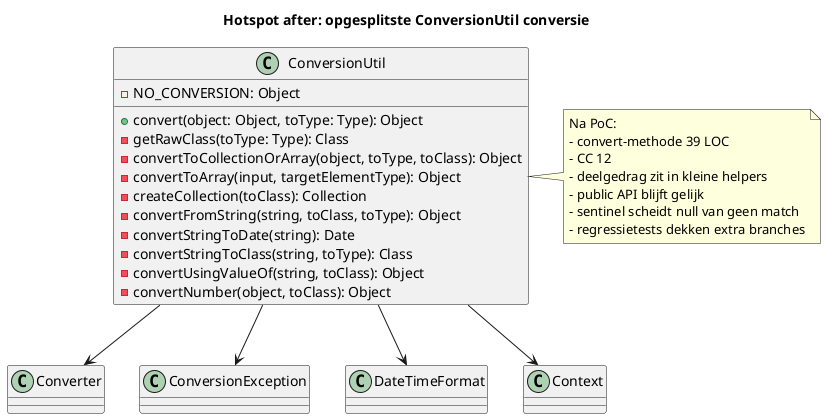
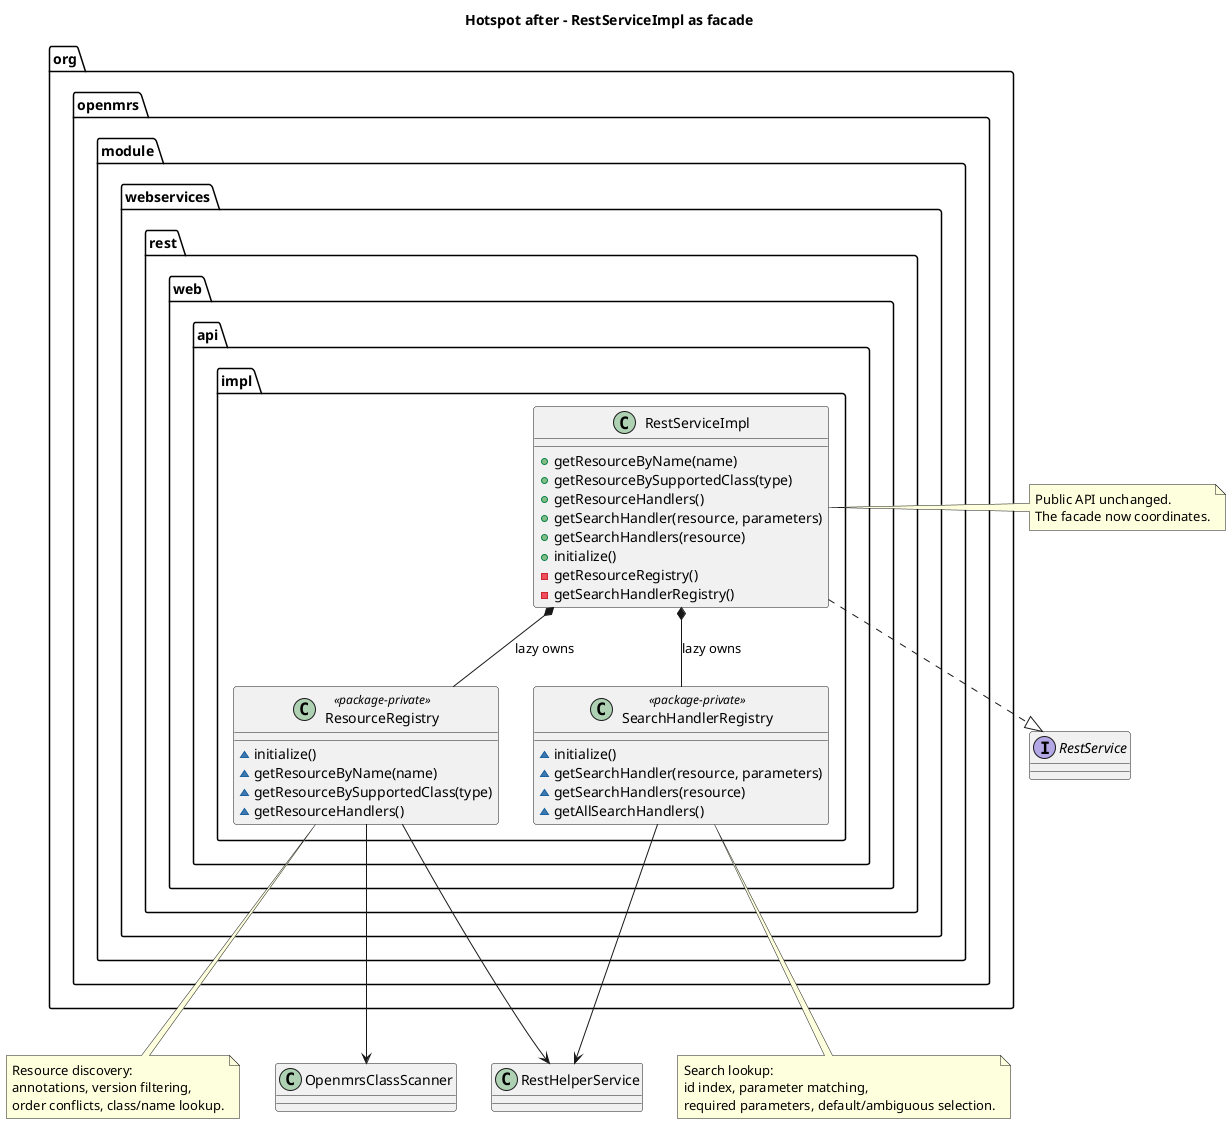
@startuml
- title Hotspot after: opgesplitste ConversionUtil conversie
+ title Hotspot after - RestServiceImpl as facade

- class ConversionUtil {
-   +convert(object: Object, toType: Type): Object
-   -NO_CONVERSION: Object
-   -getRawClass(toType: Type): Class
-   -convertToCollectionOrArray(object, toType, toClass): Object
-   -convertToArray(input, targetElementType): Object
-   -createCollection(toClass): Collection
-   -convertFromString(string, toClass, toType): Object
-   -convertStringToDate(string): Date
-   -convertStringToClass(string, toType): Class
-   -convertUsingValueOf(string, toClass): Object
-   -convertNumber(object, toClass): Object
+ package "org.openmrs.module.webservices.rest.web.api.impl" {
+   class RestServiceImpl {
+     +getResourceByName(name)
+     +getResourceBySupportedClass(type)
+     +getResourceHandlers()
+     +getSearchHandler(resource, parameters)
+     +getSearchHandlers(resource)
+     +initialize()
+     -getResourceRegistry()
+     -getSearchHandlerRegistry()
+   }
+ 
+   class ResourceRegistry <<package-private>> {
+     ~initialize()
+     ~getResourceByName(name)
+     ~getResourceBySupportedClass(type)
+     ~getResourceHandlers()
+   }
+ 
+   class SearchHandlerRegistry <<package-private>> {
+     ~initialize()
+     ~getSearchHandler(resource, parameters)
+     ~getSearchHandlers(resource)
+     ~getAllSearchHandlers()
+   }
}

- note right of ConversionUtil
- Na PoC:
- - convert-methode 39 LOC
- - CC 12
- - deelgedrag zit in kleine helpers
- - public API blijft gelijk
- - sentinel scheidt null van geen match
- - regressietests dekken extra branches
+ interface RestService
+ class OpenmrsClassScanner
+ class RestHelperService
+ 
+ RestServiceImpl ..|> RestService
+ RestServiceImpl *-- ResourceRegistry : lazy owns
+ RestServiceImpl *-- SearchHandlerRegistry : lazy owns
+ ResourceRegistry --> OpenmrsClassScanner
+ ResourceRegistry --> RestHelperService
+ SearchHandlerRegistry --> RestHelperService
+ 
+ note right of RestServiceImpl
+   Public API unchanged.
+   The facade now coordinates.
end note

- ConversionUtil --> "Converter"
- ConversionUtil --> "ConversionException"
- ConversionUtil --> "DateTimeFormat"
- ConversionUtil --> "Context"
+ note bottom of ResourceRegistry
+   Resource discovery:
+   annotations, version filtering,
+   order conflicts, class/name lookup.
+ end note
+ 
+ note bottom of SearchHandlerRegistry
+   Search lookup:
+   id index, parameter matching,
+   required parameters, default/ambiguous selection.
+ end note
@enduml
